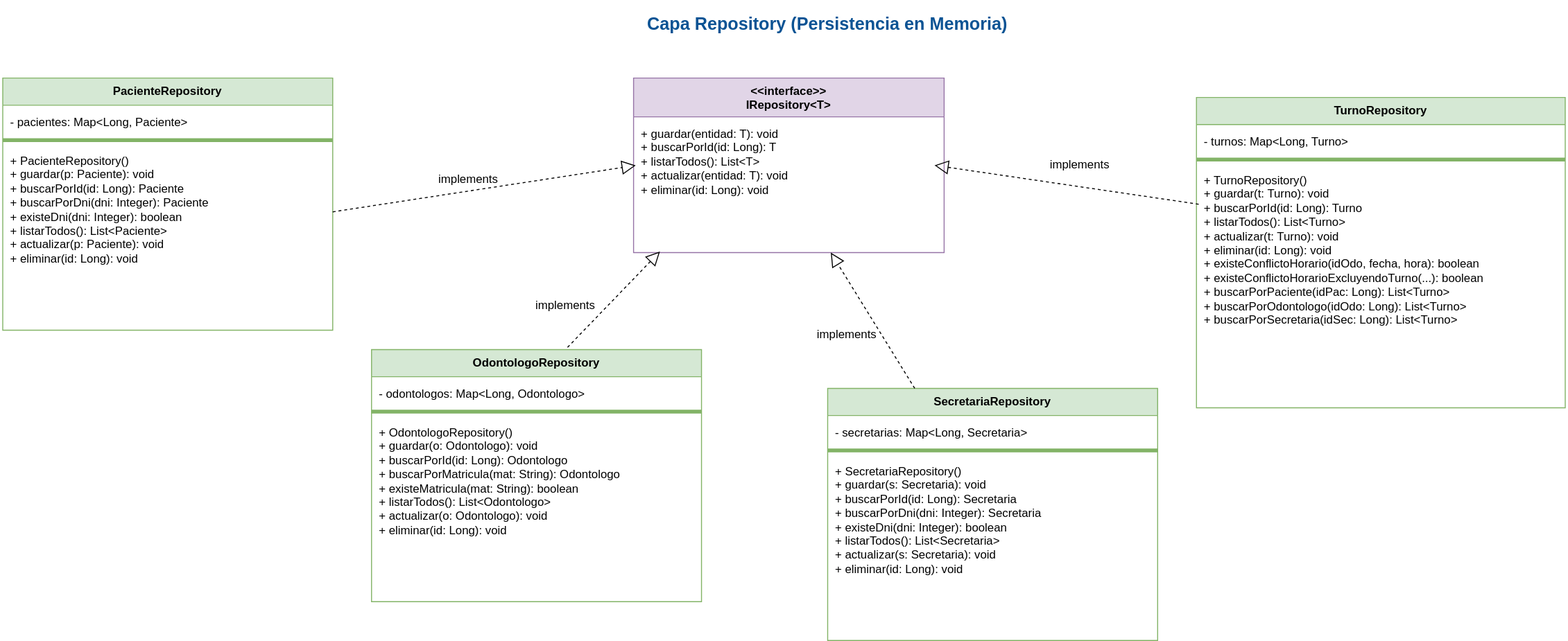
bautista00/Proyecto_ClinicaOdontologica keeps this draw.io diagram as uml_Repository.drawio.svg. Above is the earlier version. Source tidied: cells renumbered, new cells last; positions are measured from the earlier drawing's top-left corner, leaving out a move shared by most shapes. Its diagram source:
```xml
<mxGraphModel>
  <root>
    <mxCell id="0" />
    <mxCell id="1" parent="0" />
    <mxCell id="2" value="Capa Repository (Persistencia en Memoria)" style="text;html=1;strokeColor=none;fillColor=none;align=center;verticalAlign=middle;whiteSpace=wrap;rounded=0;fontSize=18;fontStyle=1;fontColor=#0B5394;" parent="1" vertex="1">
      <mxGeometry x="450" width="800" height="50" as="geometry" />
    </mxCell>
    <mxCell id="3" value="&lt;&lt;interface&gt;&gt;&#10;IRepository&lt;T&gt;" style="swimlane;fontStyle=1;align=center;verticalAlign=top;horizontal=1;startSize=40;horizontalStackLayout=0;fillColor=#e1d5e7;strokeColor=#9673a6;" parent="1" vertex="1">
      <mxGeometry x="650" y="80" width="320" height="180" as="geometry" />
    </mxCell>
    <mxCell id="4" value="+ guardar(entidad: T): void&#10;+ buscarPorId(id: Long): T&#10;+ listarTodos(): List&lt;T&gt;&#10;+ actualizar(entidad: T): void&#10;+ eliminar(id: Long): void" style="text;strokeColor=none;fillColor=none;align=left;verticalAlign=top;spacingLeft=6;spacingTop=4;whiteSpace=wrap;" parent="3" vertex="1">
      <mxGeometry y="40" width="320" height="140" as="geometry" />
    </mxCell>
    <mxCell id="5" value="PacienteRepository" style="swimlane;fontStyle=1;align=center;verticalAlign=top;horizontal=1;startSize=28;horizontalStackLayout=0;fillColor=#d5e8d4;strokeColor=#82b366;" parent="1" vertex="1">
      <mxGeometry y="80" width="340" height="260" as="geometry" />
    </mxCell>
    <mxCell id="6" value="- pacientes: Map&lt;Long, Paciente&gt;" style="text;strokeColor=none;fillColor=none;align=left;verticalAlign=top;spacingLeft=6;spacingTop=4;whiteSpace=wrap;" parent="5" vertex="1">
      <mxGeometry y="28" width="340" height="32" as="geometry" />
    </mxCell>
    <mxCell id="7" style="line;strokeColor=#82b366;" parent="5" vertex="1">
      <mxGeometry y="60" width="340" height="8" as="geometry" />
    </mxCell>
    <mxCell id="8" value="+ PacienteRepository()&#10;+ guardar(p: Paciente): void&#10;+ buscarPorId(id: Long): Paciente&#10;+ buscarPorDni(dni: Integer): Paciente&#10;+ existeDni(dni: Integer): boolean&#10;+ listarTodos(): List&lt;Paciente&gt;&#10;+ actualizar(p: Paciente): void&#10;+ eliminar(id: Long): void" style="text;strokeColor=none;fillColor=none;align=left;verticalAlign=top;spacingLeft=6;spacingTop=4;whiteSpace=wrap;" parent="5" vertex="1">
      <mxGeometry y="68" width="340" height="192" as="geometry" />
    </mxCell>
    <mxCell id="9" value="OdontologoRepository" style="swimlane;fontStyle=1;align=center;verticalAlign=top;horizontal=1;startSize=28;horizontalStackLayout=0;fillColor=#d5e8d4;strokeColor=#82b366;" parent="1" vertex="1">
      <mxGeometry x="380" y="360" width="340" height="260" as="geometry" />
    </mxCell>
    <mxCell id="10" value="- odontologos: Map&lt;Long, Odontologo&gt;" style="text;strokeColor=none;fillColor=none;align=left;verticalAlign=top;spacingLeft=6;spacingTop=4;whiteSpace=wrap;" parent="9" vertex="1">
      <mxGeometry y="28" width="340" height="32" as="geometry" />
    </mxCell>
    <mxCell id="11" style="line;strokeColor=#82b366;" parent="9" vertex="1">
      <mxGeometry y="60" width="340" height="8" as="geometry" />
    </mxCell>
    <mxCell id="12" value="+ OdontologoRepository()&#10;+ guardar(o: Odontologo): void&#10;+ buscarPorId(id: Long): Odontologo&#10;+ buscarPorMatricula(mat: String): Odontologo&#10;+ existeMatricula(mat: String): boolean&#10;+ listarTodos(): List&lt;Odontologo&gt;&#10;+ actualizar(o: Odontologo): void&#10;+ eliminar(id: Long): void" style="text;strokeColor=none;fillColor=none;align=left;verticalAlign=top;spacingLeft=6;spacingTop=4;whiteSpace=wrap;" parent="9" vertex="1">
      <mxGeometry y="68" width="340" height="192" as="geometry" />
    </mxCell>
    <mxCell id="13" value="SecretariaRepository" style="swimlane;fontStyle=1;align=center;verticalAlign=top;horizontal=1;startSize=28;horizontalStackLayout=0;fillColor=#d5e8d4;strokeColor=#82b366;" parent="1" vertex="1">
      <mxGeometry x="850" y="400" width="340" height="260" as="geometry" />
    </mxCell>
    <mxCell id="14" value="- secretarias: Map&lt;Long, Secretaria&gt;" style="text;strokeColor=none;fillColor=none;align=left;verticalAlign=top;spacingLeft=6;spacingTop=4;whiteSpace=wrap;" parent="13" vertex="1">
      <mxGeometry y="28" width="340" height="32" as="geometry" />
    </mxCell>
    <mxCell id="15" style="line;strokeColor=#82b366;" parent="13" vertex="1">
      <mxGeometry y="60" width="340" height="8" as="geometry" />
    </mxCell>
    <mxCell id="16" value="+ SecretariaRepository()&#10;+ guardar(s: Secretaria): void&#10;+ buscarPorId(id: Long): Secretaria&#10;+ buscarPorDni(dni: Integer): Secretaria&#10;+ existeDni(dni: Integer): boolean&#10;+ listarTodos(): List&lt;Secretaria&gt;&#10;+ actualizar(s: Secretaria): void&#10;+ eliminar(id: Long): void" style="text;strokeColor=none;fillColor=none;align=left;verticalAlign=top;spacingLeft=6;spacingTop=4;whiteSpace=wrap;" parent="13" vertex="1">
      <mxGeometry y="68" width="340" height="192" as="geometry" />
    </mxCell>
    <mxCell id="17" value="TurnoRepository" style="swimlane;fontStyle=1;align=center;verticalAlign=top;horizontal=1;startSize=28;horizontalStackLayout=0;fillColor=#d5e8d4;strokeColor=#82b366;" parent="1" vertex="1">
      <mxGeometry x="1230" y="100" width="380" height="320" as="geometry" />
    </mxCell>
    <mxCell id="18" value="- turnos: Map&lt;Long, Turno&gt;" style="text;strokeColor=none;fillColor=none;align=left;verticalAlign=top;spacingLeft=6;spacingTop=4;whiteSpace=wrap;" parent="17" vertex="1">
      <mxGeometry y="28" width="380" height="32" as="geometry" />
    </mxCell>
    <mxCell id="19" style="line;strokeColor=#82b366;" parent="17" vertex="1">
      <mxGeometry y="60" width="380" height="8" as="geometry" />
    </mxCell>
    <mxCell id="20" value="+ TurnoRepository()&#10;+ guardar(t: Turno): void&#10;+ buscarPorId(id: Long): Turno&#10;+ listarTodos(): List&lt;Turno&gt;&#10;+ actualizar(t: Turno): void&#10;+ eliminar(id: Long): void&#10;+ existeConflictoHorario(idOdo, fecha, hora): boolean&#10;+ existeConflictoHorarioExcluyendoTurno(...): boolean&#10;+ buscarPorPaciente(idPac: Long): List&lt;Turno&gt;&#10;+ buscarPorOdontologo(idOdo: Long): List&lt;Turno&gt;&#10;+ buscarPorSecretaria(idSec: Long): List&lt;Turno&gt;" style="text;strokeColor=none;fillColor=none;align=left;verticalAlign=top;spacingLeft=6;spacingTop=4;whiteSpace=wrap;" parent="17" vertex="1">
      <mxGeometry y="68" width="380" height="252" as="geometry" />
    </mxCell>
    <mxCell id="21" style="endArrow=block;dashed=1;endFill=0;endSize=12;html=1;rounded=0;entryX=0.007;entryY=0.358;entryDx=0;entryDy=0;entryPerimeter=0;" parent="1" edge="1" source="8" target="4">
      <mxGeometry relative="1" as="geometry" />
    </mxCell>
    <mxCell id="22" style="endArrow=block;dashed=1;endFill=0;endSize=12;html=1;rounded=0;exitX=0.594;exitY=-0.009;exitDx=0;exitDy=0;exitPerimeter=0;entryX=0.085;entryY=0.992;entryDx=0;entryDy=0;entryPerimeter=0;" parent="1" edge="1" source="9" target="4">
      <mxGeometry relative="1" as="geometry" />
    </mxCell>
    <mxCell id="23" style="endArrow=block;dashed=1;endFill=0;endSize=12;html=1;rounded=0;" parent="1" edge="1" source="13" target="4">
      <mxGeometry relative="1" as="geometry" />
    </mxCell>
    <mxCell id="24" style="endArrow=block;dashed=1;endFill=0;endSize=12;html=1;rounded=0;exitX=0.006;exitY=0.167;exitDx=0;exitDy=0;exitPerimeter=0;entryX=0.969;entryY=0.357;entryDx=0;entryDy=0;entryPerimeter=0;" parent="1" edge="1" source="20" target="4">
      <mxGeometry relative="1" as="geometry" />
    </mxCell>
    <mxCell id="25" value="implements" style="text;html=1;whiteSpace=wrap;strokeColor=none;fillColor=none;align=center;verticalAlign=middle;rounded=0;" parent="1" vertex="1">
      <mxGeometry x="450" y="170" width="60" height="30" as="geometry" />
    </mxCell>
    <mxCell id="26" value="implements" style="text;html=1;whiteSpace=wrap;strokeColor=none;fillColor=none;align=center;verticalAlign=middle;rounded=0;" parent="1" vertex="1">
      <mxGeometry x="550" y="300" width="60" height="30" as="geometry" />
    </mxCell>
    <mxCell id="27" value="implements" style="text;html=1;whiteSpace=wrap;strokeColor=none;fillColor=none;align=center;verticalAlign=middle;rounded=0;" parent="1" vertex="1">
      <mxGeometry x="840" y="330" width="60" height="30" as="geometry" />
    </mxCell>
    <mxCell id="28" value="implements" style="text;html=1;whiteSpace=wrap;strokeColor=none;fillColor=none;align=center;verticalAlign=middle;rounded=0;" parent="1" vertex="1">
      <mxGeometry x="1080" y="155" width="60" height="30" as="geometry" />
    </mxCell>
  </root>
</mxGraphModel>
```
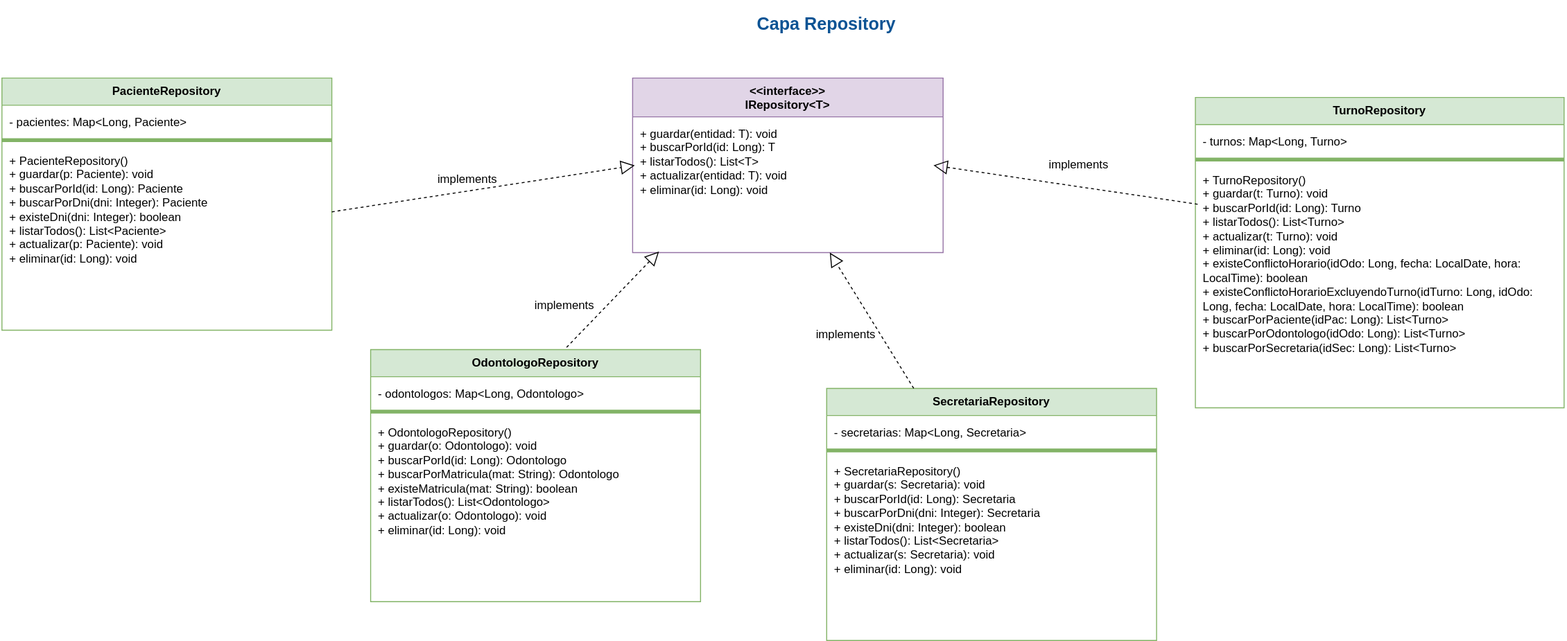
After the commit.

Diff of the diagram source:
```diff
@@ -2,7 +2,7 @@
   <root>
     <mxCell id="0" />
     <mxCell id="1" parent="0" />
-    <mxCell id="2" value="Capa Repository (Persistencia en Memoria)" style="text;html=1;strokeColor=none;fillColor=none;align=center;verticalAlign=middle;whiteSpace=wrap;rounded=0;fontSize=18;fontStyle=1;fontColor=#0B5394;" parent="1" vertex="1">
+    <mxCell id="2" value="Capa Repository" style="text;html=1;strokeColor=none;fillColor=none;align=center;verticalAlign=middle;whiteSpace=wrap;rounded=0;fontSize=18;fontStyle=1;fontColor=#0B5394;" parent="1" vertex="1">
       <mxGeometry x="450" width="800" height="50" as="geometry" />
     </mxCell>
     <mxCell id="3" value="&lt;&lt;interface&gt;&gt;&#10;IRepository&lt;T&gt;" style="swimlane;fontStyle=1;align=center;verticalAlign=top;horizontal=1;startSize=40;horizontalStackLayout=0;fillColor=#e1d5e7;strokeColor=#9673a6;" parent="1" vertex="1">
@@ -56,7 +56,7 @@
     <mxCell id="19" style="line;strokeColor=#82b366;" parent="17" vertex="1">
       <mxGeometry y="60" width="380" height="8" as="geometry" />
     </mxCell>
-    <mxCell id="20" value="+ TurnoRepository()&#10;+ guardar(t: Turno): void&#10;+ buscarPorId(id: Long): Turno&#10;+ listarTodos(): List&lt;Turno&gt;&#10;+ actualizar(t: Turno): void&#10;+ eliminar(id: Long): void&#10;+ existeConflictoHorario(idOdo, fecha, hora): boolean&#10;+ existeConflictoHorarioExcluyendoTurno(...): boolean&#10;+ buscarPorPaciente(idPac: Long): List&lt;Turno&gt;&#10;+ buscarPorOdontologo(idOdo: Long): List&lt;Turno&gt;&#10;+ buscarPorSecretaria(idSec: Long): List&lt;Turno&gt;" style="text;strokeColor=none;fillColor=none;align=left;verticalAlign=top;spacingLeft=6;spacingTop=4;whiteSpace=wrap;" parent="17" vertex="1">
+    <mxCell id="20" value="+ TurnoRepository()&#10;+ guardar(t: Turno): void&#10;+ buscarPorId(id: Long): Turno&#10;+ listarTodos(): List&lt;Turno&gt;&#10;+ actualizar(t: Turno): void&#10;+ eliminar(id: Long): void&#10;+ existeConflictoHorario(idOdo: Long, fecha: LocalDate, hora: LocalTime): boolean&#10;+ existeConflictoHorarioExcluyendoTurno(idTurno: Long, idOdo: Long, fecha: LocalDate, hora: LocalTime): boolean&#10;+ buscarPorPaciente(idPac: Long): List&lt;Turno&gt;&#10;+ buscarPorOdontologo(idOdo: Long): List&lt;Turno&gt;&#10;+ buscarPorSecretaria(idSec: Long): List&lt;Turno&gt;" style="text;strokeColor=none;fillColor=none;align=left;verticalAlign=top;spacingLeft=6;spacingTop=4;whiteSpace=wrap;" parent="17" vertex="1">
       <mxGeometry y="68" width="380" height="252" as="geometry" />
     </mxCell>
     <mxCell id="21" style="endArrow=block;dashed=1;endFill=0;endSize=12;html=1;rounded=0;entryX=0.007;entryY=0.358;entryDx=0;entryDy=0;entryPerimeter=0;" parent="1" edge="1" source="8" target="4">
```
